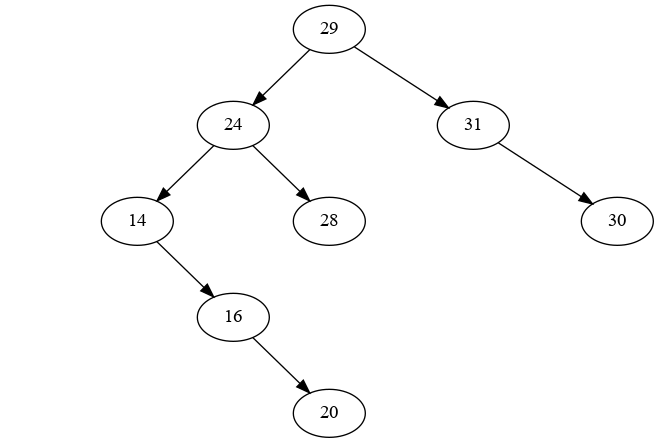
Above: docs/mp2i/Colles/temp.png in fabricenativel/cpge-info (Graphviz), before the change. Its source is kept beside it as docs/mp2i/Colles/temp.gv. Source of this version:
```dot
digraph mygraph {
29 -> 24
I0 [style=invis]
 29 -> I0 [style=invis]
29 -> 31
24 -> 14
I1 [style=invis]
 24 -> I1 [style=invis]
24 -> 28
I2 [style=invis]
 14 -> I2 [style=invis]
I3 [style=invis]
 14 -> I3 [style=invis]
14 -> 16
I4 [style=invis]
 16 -> I4 [style=invis]
I5 [style=invis]
 16 -> I5 [style=invis]
16 -> 20
I6 [style=invis]
 31 -> I6 [style=invis]
I7 [style=invis]
 31 -> I7 [style=invis]
31 -> 30
}
```
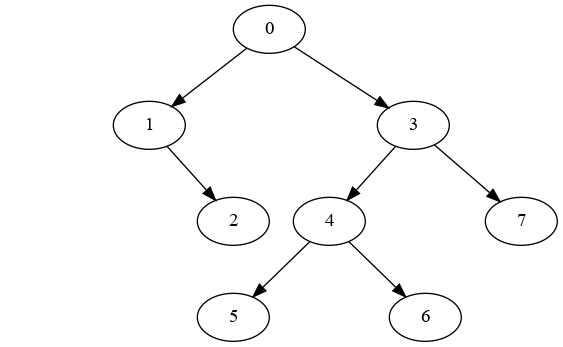
The same diagram one commit later.

Diff of the diagram source:
```diff
@@ -1,25 +1,19 @@
 digraph mygraph {
-29 -> 24
+0 -> 1
 I0 [style=invis]
- 29 -> I0 [style=invis]
-29 -> 31
-24 -> 14
+ 0 -> I0 [style=invis]
+0 -> 3
 I1 [style=invis]
- 24 -> I1 [style=invis]
-24 -> 28
+ 1 -> I1 [style=invis]
 I2 [style=invis]
- 14 -> I2 [style=invis]
+ 1 -> I2 [style=invis]
+1 -> 2
+3 -> 4
 I3 [style=invis]
- 14 -> I3 [style=invis]
-14 -> 16
+ 3 -> I3 [style=invis]
+3 -> 7
+4 -> 5
 I4 [style=invis]
- 16 -> I4 [style=invis]
-I5 [style=invis]
- 16 -> I5 [style=invis]
-16 -> 20
-I6 [style=invis]
- 31 -> I6 [style=invis]
-I7 [style=invis]
- 31 -> I7 [style=invis]
-31 -> 30
+ 4 -> I4 [style=invis]
+4 -> 6
 }
```
